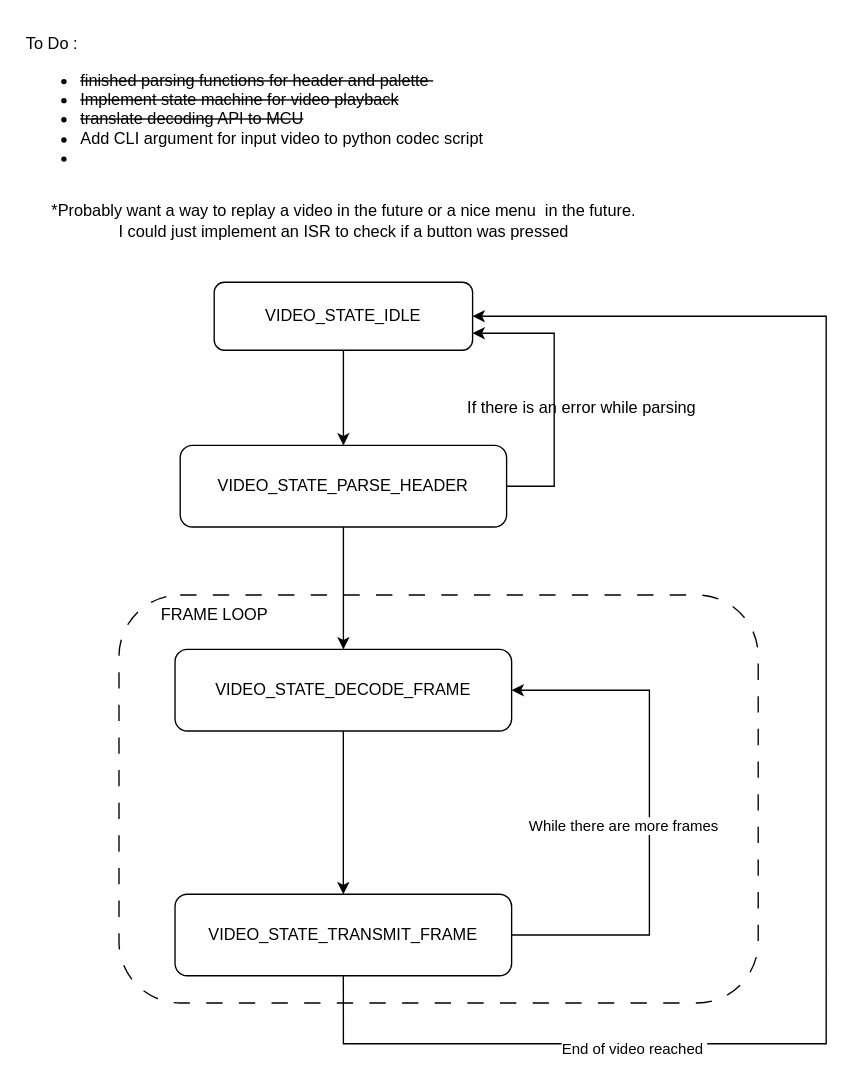
Earlier version of the draw.io diagram page "Video State Machine" (1 of 3) of docs/Software_Arch.drawio (evanwu03/embedded_video_codec). Source tidied: cells renumbered, new cells numbered last; positions are measured from the earlier drawing's top-left corner, leaving out a move shared by most shapes. Both pictures are drawn from the tidied source at 136%, with x=0, y=0 at pixel (23, 23).
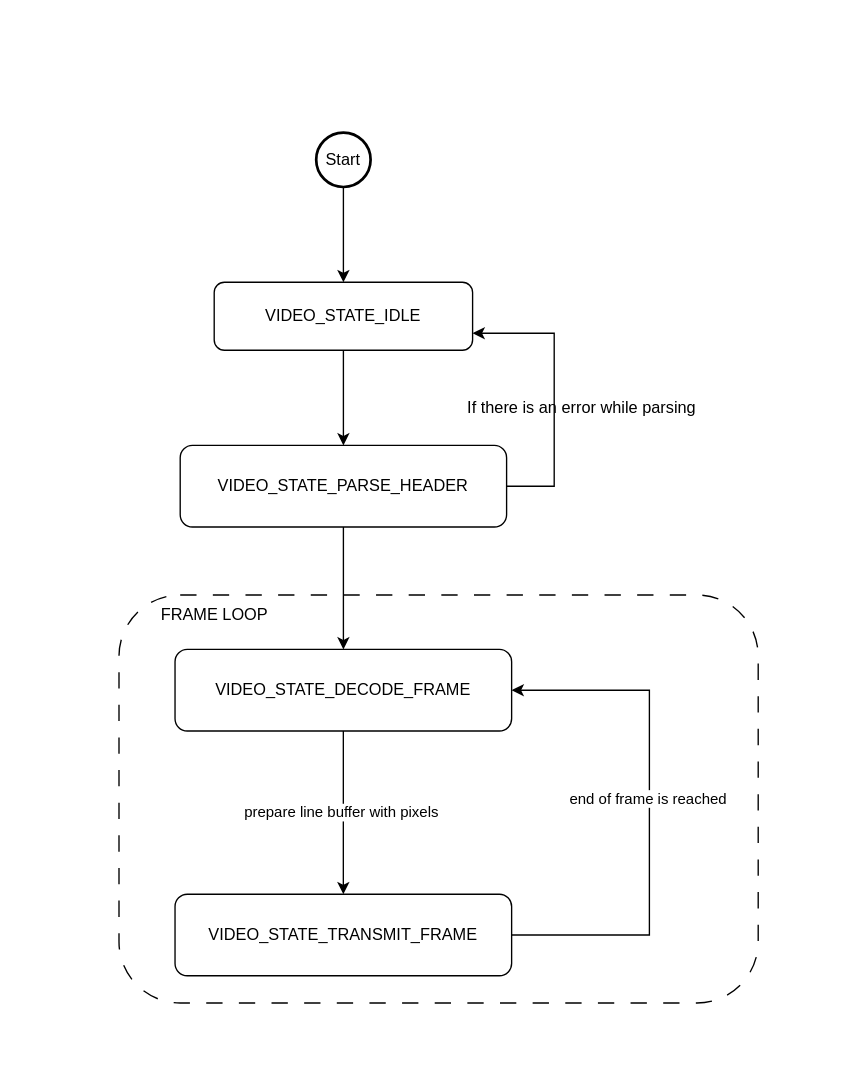
The same diagram, later.

The change refers to these unchanged cells:
```xml
<mxCell id="5" value="VIDEO_STATE_IDLE" style="rounded=1;whiteSpace=wrap;html=1;" parent="1" vertex="1">
  <mxGeometry x="140" y="190" width="190" height="50" as="geometry" />
</mxCell>
<mxCell id="9" style="edgeStyle=orthogonalEdgeStyle;rounded=0;jettySize=auto;html=1;" parent="1" edge="1" source="10" target="15">
  <mxGeometry relative="1" as="geometry" />
</mxCell>
<mxCell id="11" style="edgeStyle=orthogonalEdgeStyle;rounded=0;jettySize=auto;html=1;entryX=1;entryY=0.5;entryDx=0;entryDy=0;exitX=1;exitY=0.5;exitDx=0;exitDy=0;" parent="1" edge="1" source="15" target="10">
  <mxGeometry relative="1" as="geometry">
    <Array as="points">
      <mxPoint x="460" y="670" />
      <mxPoint x="460" y="490" />
    </Array>
  </mxGeometry>
</mxCell>
<mxCell id="15" value="VIDEO_STATE_TRANSMIT_FRAME" style="rounded=1;whiteSpace=wrap;html=1;" parent="1" vertex="1">
  <mxGeometry x="111.2" y="640" width="247.5" height="60" as="geometry" />
</mxCell>
```

What changed in the source:
```diff
@@
-    <mxCell id="3" value="To Do :&amp;nbsp;&lt;div&gt;&lt;ul&gt;&lt;li&gt;&lt;strike&gt;finished parsing functions for header and palette&amp;nbsp;&lt;/strike&gt;&lt;/li&gt;&lt;li&gt;&lt;strike&gt;Implement state machine for video playback&lt;/strike&gt;&lt;/li&gt;&lt;li&gt;&lt;strike&gt;translate decoding API to MCU&lt;/strike&gt;&lt;/li&gt;&lt;li&gt;Add CLI argument for input video to python codec script&amp;nbsp;&lt;/li&gt;&lt;li&gt;&lt;br&gt;&lt;/li&gt;&lt;/ul&gt;&lt;/div&gt;&lt;div&gt;&lt;br&gt;&lt;/div&gt;" style="text;html=1;align=left;verticalAlign=middle;strokeColor=none;fillColor=none;" parent="1" vertex="1">
-      <mxGeometry width="360" height="140" as="geometry" />
-    </mxCell>
@@
+    <mxCell id="19" value="prepare line buffer with pixels&amp;nbsp;" style="edgeLabel;html=1;align=center;verticalAlign=middle;" parent="9" vertex="1">
+      <mxGeometry x="-0.02" relative="1" as="geometry" />
+    </mxCell>
@@
-    <mxCell id="12" value="While there are more frames" style="edgeLabel;html=1;align=center;verticalAlign=middle;" parent="11" vertex="1">
-      <mxGeometry x="0.03" relative="1" as="geometry">
-        <mxPoint x="-20" y="15" as="offset" />
-      </mxGeometry>
-    </mxCell>
-    <mxCell id="13" style="edgeStyle=orthogonalEdgeStyle;rounded=0;jettySize=auto;html=1;entryX=1;entryY=0.5;entryDx=0;entryDy=0;exitX=0.5;exitY=1;exitDx=0;exitDy=0;" parent="1" edge="1" source="15" target="5">
-      <mxGeometry relative="1" as="geometry">
-        <Array as="points">
-          <mxPoint x="235" y="750" />
-          <mxPoint x="590" y="750" />
-          <mxPoint x="590" y="215" />
-        </Array>
-      </mxGeometry>
-    </mxCell>
-    <mxCell id="14" value="End of video reached&amp;nbsp;" style="edgeLabel;html=1;align=center;verticalAlign=middle;" parent="13" vertex="1">
-      <mxGeometry x="-0.59" y="-3" relative="1" as="geometry">
-        <mxPoint x="18" as="offset" />
-      </mxGeometry>
-    </mxCell>
+    <mxCell id="20" value="end of frame is reached" style="edgeLabel;html=1;align=center;verticalAlign=middle;" parent="11" vertex="1">
+      <mxGeometry x="0.1" y="2" relative="1" as="geometry">
+        <mxPoint y="8" as="offset" />
+      </mxGeometry>
+    </mxCell>
@@
-    <mxCell id="17" value="*Probably want a way to replay a video in the future or a nice menu&amp;nbsp; in the future.&lt;div&gt;I could just implement an ISR to check if a button was pressed&lt;/div&gt;" style="text;html=1;align=center;verticalAlign=middle;strokeColor=none;fillColor=none;" parent="1" vertex="1">
-      <mxGeometry x="10" y="125" width="450" height="40" as="geometry" />
-    </mxCell>
@@
+    <mxCell id="21" style="edgeStyle=orthogonalEdgeStyle;rounded=0;jettySize=auto;html=1;" parent="1" edge="1" source="22" target="5">
+      <mxGeometry relative="1" as="geometry" />
+    </mxCell>
+    <mxCell id="22" value="Start" style="strokeWidth=2;html=1;shape=mxgraph.flowchart.start_2;whiteSpace=wrap;" parent="1" vertex="1">
+      <mxGeometry x="215" y="80" width="40" height="40" as="geometry" />
+    </mxCell>
```
